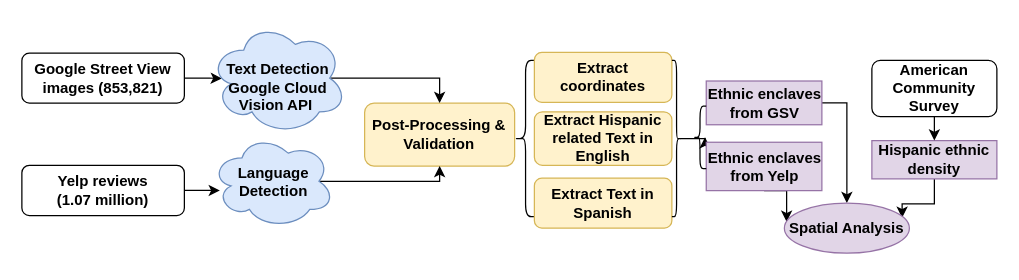
Earlier version of the draw.io diagram CoM_Workflow_paper 1_v3.drawio (xiaohuiliugis/GoogleVisionAPI_CommunityofMine). Source tidied: cells renumbered, new cells numbered last; positions are measured from the earlier drawing's top-left corner, leaving out a move shared by most shapes. Both pictures are drawn from the tidied source at 125%, with x=0, y=0 at pixel (21, 21).
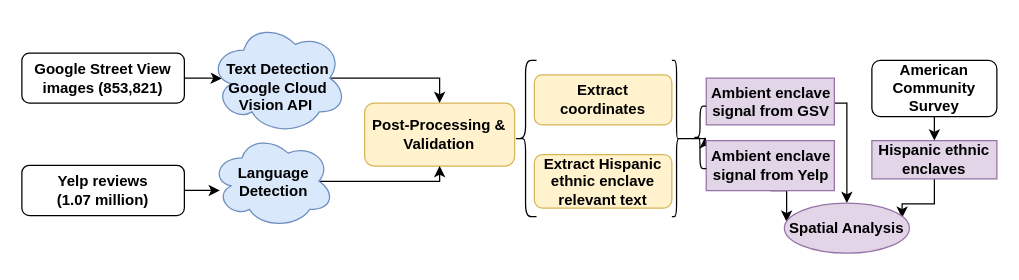
After the change.

Diff of the diagram source:
```diff
@@
-    <mxCell id="9" value="&lt;span&gt;&lt;b&gt;Hispanic ethnic density&lt;/b&gt;&lt;/span&gt;" style="rounded=0;whiteSpace=wrap;html=1;fillColor=#e1d5e7;strokeColor=#9673a6;" parent="1" vertex="1">
+    <mxCell id="9" value="&lt;span&gt;&lt;b&gt;Hispanic ethnic enclaves&lt;/b&gt;&lt;/span&gt;" style="rounded=0;whiteSpace=wrap;html=1;fillColor=#e1d5e7;strokeColor=#9673a6;" parent="1" vertex="1">
       <mxGeometry x="680" y="95" width="100" height="30.6" as="geometry" />
     </mxCell>
@@
     <mxCell id="17" value="&lt;b&gt;Extract coordinates&lt;/b&gt;" style="rounded=1;whiteSpace=wrap;html=1;fillColor=#fff2cc;strokeColor=#d6b656;" parent="1" vertex="1">
-      <mxGeometry x="410" y="24.4" width="110" height="40" as="geometry" />
+      <mxGeometry x="410" y="42.4" width="110" height="40" as="geometry" />
     </mxCell>
-    <mxCell id="18" value="&lt;b&gt;Extract Hispanic related Text in English&lt;/b&gt;" style="rounded=1;whiteSpace=wrap;html=1;fillColor=#fff2cc;strokeColor=#d6b656;" parent="1" vertex="1">
-      <mxGeometry x="410" y="71.9" width="110" height="42.8" as="geometry" />
+    <mxCell id="18" value="&lt;b&gt;Extract Hispanic ethnic enclave relevant text&lt;/b&gt;" style="rounded=1;whiteSpace=wrap;html=1;fillColor=#fff2cc;strokeColor=#d6b656;" parent="1" vertex="1">
+      <mxGeometry x="410" y="106.1" width="110" height="42.8" as="geometry" />
     </mxCell>
-    <mxCell id="19" value="&lt;b&gt;Extract Text in Spanish&lt;/b&gt;" style="rounded=1;whiteSpace=wrap;html=1;fillColor=#fff2cc;strokeColor=#d6b656;" parent="1" vertex="1">
-      <mxGeometry x="410" y="125" width="110" height="40" as="geometry" />
-    </mxCell>
@@
-    <mxCell id="21" value="&lt;b&gt;Ethnic enclaves from GSV&lt;/b&gt;" style="rounded=0;whiteSpace=wrap;html=1;fillColor=#e1d5e7;strokeColor=#9673a6;" parent="1" vertex="1">
-      <mxGeometry x="547.5" y="47.3" width="92.5" height="35" as="geometry" />
+    <mxCell id="21" value="&lt;b&gt;Ambient enclave signal from GSV&lt;/b&gt;" style="rounded=0;whiteSpace=wrap;html=1;fillColor=#e1d5e7;strokeColor=#9673a6;" parent="1" vertex="1">
+      <mxGeometry x="547.5" y="45" width="102.5" height="37.4" as="geometry" />
     </mxCell>
@@
-    <mxCell id="25" value="&lt;b&gt;Ethnic enclaves from Yelp&lt;/b&gt;" style="rounded=0;whiteSpace=wrap;html=1;fillColor=#e1d5e7;strokeColor=#9673a6;" parent="1" vertex="1">
-      <mxGeometry x="547.5" y="96.3" width="92.5" height="38.7" as="geometry" />
+    <mxCell id="25" value="&lt;b style=&quot;border-color: var(--border-color);&quot;&gt;Ambient enclave signal&lt;/b&gt;&lt;b&gt;&amp;nbsp;from Yelp&lt;/b&gt;" style="rounded=0;whiteSpace=wrap;html=1;fillColor=#e1d5e7;strokeColor=#9673a6;" parent="1" vertex="1">
+      <mxGeometry x="547.5" y="95" width="102.5" height="40" as="geometry" />
     </mxCell>
```
